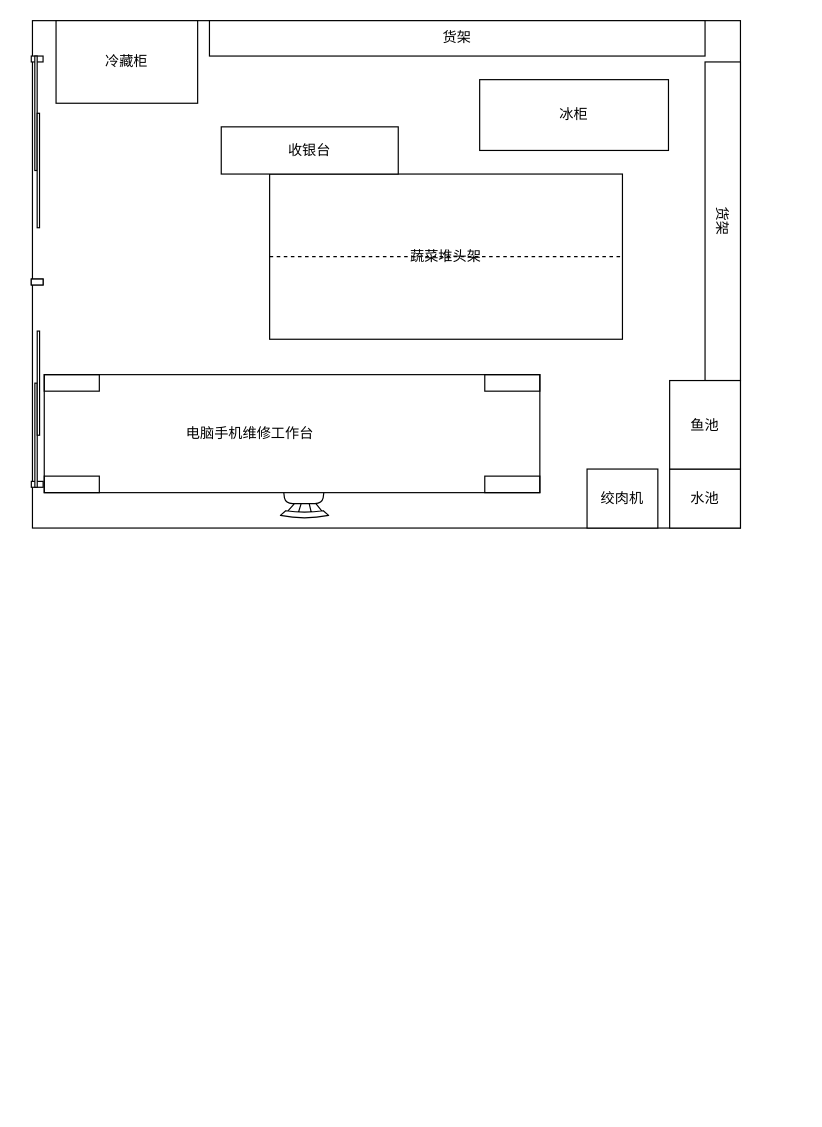
Earlier version of the draw.io diagram 菜圃平面图.drawio (UTOUUCENTER-CD/draw.io). Source tidied: cells renumbered, new cells numbered last; positions are measured from the earlier drawing's top-left corner, leaving out a move shared by most shapes. Both pictures are drawn from the tidied source at 118%, with x=0, y=0 at pixel (-78, 20).
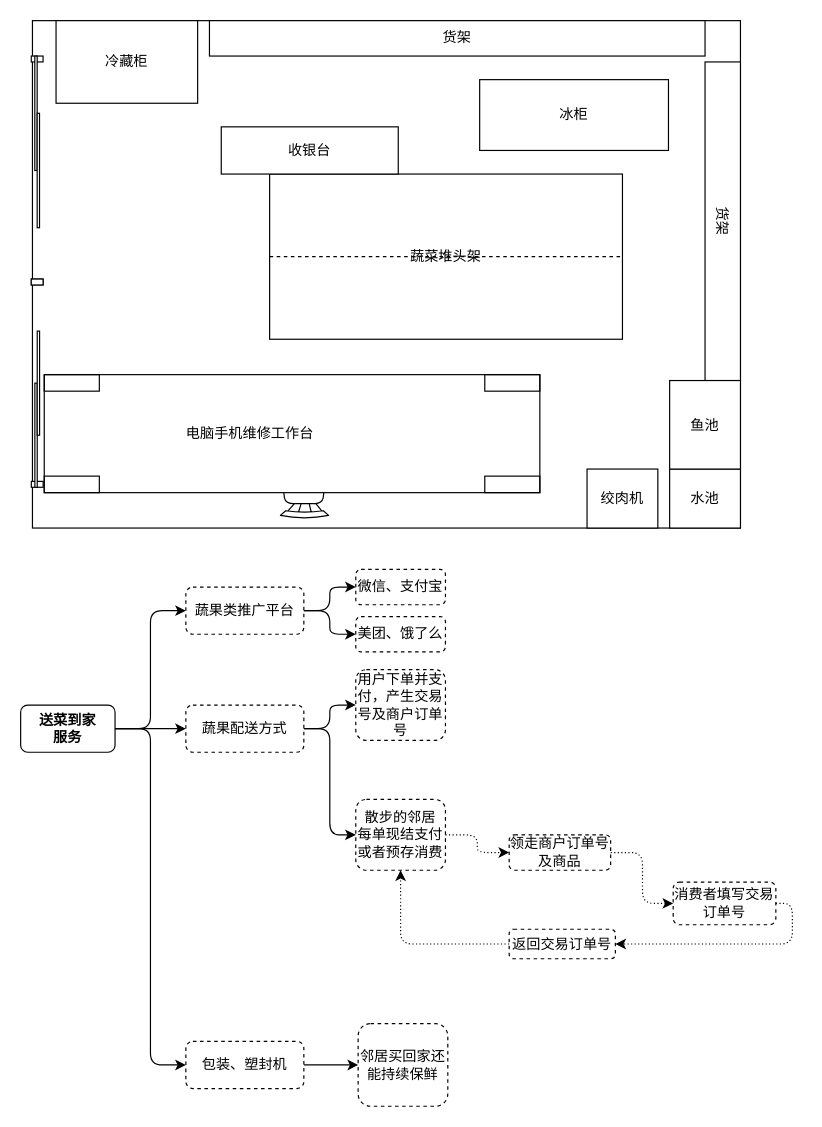
Above is the later version.

Commit message:
Update 菜圃平面图.drawio

Diff of the diagram source:
```diff
@@
+    <mxCell id="19" value="包装、塑封机" style="rounded=1;whiteSpace=wrap;html=1;dashed=1;" parent="1" vertex="1">
+      <mxGeometry x="223" y="865" width="100" height="40" as="geometry" />
+    </mxCell>
+    <mxCell id="20" value="送菜到家&lt;br&gt;服务" style="rounded=1;whiteSpace=wrap;html=1;fontStyle=1;" parent="1" vertex="1">
+      <mxGeometry x="83" y="580" width="80" height="40" as="geometry" />
+    </mxCell>
+    <mxCell id="21" value="蔬果类推广平台" style="rounded=1;whiteSpace=wrap;html=1;dashed=1;" parent="1" vertex="1">
+      <mxGeometry x="223" y="480" width="100" height="40" as="geometry" />
+    </mxCell>
+    <mxCell id="22" value="蔬果配送方式" style="rounded=1;whiteSpace=wrap;html=1;dashed=1;" parent="1" vertex="1">
+      <mxGeometry x="223" y="580" width="100" height="40" as="geometry" />
+    </mxCell>
+    <mxCell id="23" style="edgeStyle=elbowEdgeStyle;elbow=horizontal;endArrow=classic;html=1;exitX=1;exitY=0.5;exitDx=0;exitDy=0;" parent="1" edge="1" source="20" target="21">
+      <mxGeometry relative="1" as="geometry" />
+    </mxCell>
+    <mxCell id="24" style="edgeStyle=elbowEdgeStyle;elbow=horizontal;endArrow=classic;html=1;exitX=1;exitY=0.5;exitDx=0;exitDy=0;entryX=0;entryY=0.5;entryDx=0;entryDy=0;" parent="1" edge="1" source="20" target="19">
+      <mxGeometry relative="1" as="geometry" />
+    </mxCell>
+    <mxCell id="25" style="edgeStyle=elbowEdgeStyle;elbow=horizontal;endArrow=classic;html=1;exitX=1;exitY=0.5;exitDx=0;exitDy=0;entryX=0;entryY=0.5;entryDx=0;entryDy=0;" parent="1" edge="1" source="20" target="22">
+      <mxGeometry relative="1" as="geometry" />
+    </mxCell>
+    <mxCell id="26" value="微信、支付宝" style="rounded=1;whiteSpace=wrap;html=1;dashed=1;" parent="1" vertex="1">
+      <mxGeometry x="367" y="465" width="76" height="30" as="geometry" />
+    </mxCell>
+    <mxCell id="27" value="美团、饿了么" style="rounded=1;whiteSpace=wrap;html=1;dashed=1;" parent="1" vertex="1">
+      <mxGeometry x="367" y="505" width="76" height="30" as="geometry" />
+    </mxCell>
+    <mxCell id="28" value="邻居买回家还能持续保鲜" style="rounded=1;whiteSpace=wrap;html=1;dashed=1;" parent="1" vertex="1">
+      <mxGeometry x="369" y="850" width="76" height="70" as="geometry" />
+    </mxCell>
+    <mxCell id="29" style="edgeStyle=elbowEdgeStyle;elbow=horizontal;endArrow=classic;html=1;exitX=1;exitY=0.5;exitDx=0;exitDy=0;entryX=0;entryY=0.5;entryDx=0;entryDy=0;" parent="1" edge="1" source="21" target="26">
+      <mxGeometry relative="1" as="geometry" />
+    </mxCell>
+    <mxCell id="30" style="edgeStyle=elbowEdgeStyle;elbow=horizontal;endArrow=classic;html=1;exitX=1;exitY=0.5;exitDx=0;exitDy=0;entryX=0;entryY=0.5;entryDx=0;entryDy=0;" parent="1" edge="1" source="21" target="27">
+      <mxGeometry relative="1" as="geometry" />
+    </mxCell>
+    <mxCell id="31" style="edgeStyle=elbowEdgeStyle;elbow=horizontal;endArrow=classic;html=1;exitX=1;exitY=0.5;exitDx=0;exitDy=0;entryX=0;entryY=0.5;entryDx=0;entryDy=0;" parent="1" edge="1" source="19" target="28">
+      <mxGeometry relative="1" as="geometry" />
+    </mxCell>
+    <mxCell id="32" value="领走商户订单号及商品" style="rounded=1;whiteSpace=wrap;html=1;dashed=1;" parent="1" vertex="1">
+      <mxGeometry x="497" y="690" width="86" height="30" as="geometry" />
+    </mxCell>
+    <mxCell id="33" value="返回交易订单号" style="rounded=1;whiteSpace=wrap;html=1;dashed=1;" parent="1" vertex="1">
+      <mxGeometry x="497" y="770" width="90" height="25" as="geometry" />
+    </mxCell>
+    <mxCell id="34" value="消费者填写交易订单号" style="rounded=1;whiteSpace=wrap;html=1;dashed=1;" parent="1" vertex="1">
+      <mxGeometry x="636" y="730" width="87" height="36.2" as="geometry" />
+    </mxCell>
+    <mxCell id="35" value="用户下单并支付，产生交易号及商户订单号" style="rounded=1;whiteSpace=wrap;html=1;dashed=1;" parent="1" vertex="1">
+      <mxGeometry x="367" y="550" width="76" height="60" as="geometry" />
+    </mxCell>
+    <mxCell id="36" style="edgeStyle=elbowEdgeStyle;elbow=horizontal;endArrow=classic;html=1;exitX=1;exitY=0.5;exitDx=0;exitDy=0;entryX=0;entryY=0.5;entryDx=0;entryDy=0;" parent="1" edge="1" source="22" target="35">
+      <mxGeometry relative="1" as="geometry" />
+    </mxCell>
+    <mxCell id="37" value="散步的邻居&lt;br&gt;每单现结支付&lt;br&gt;或者预存消费" style="rounded=1;whiteSpace=wrap;html=1;dashed=1;" parent="1" vertex="1">
+      <mxGeometry x="367" y="660" width="76" height="60" as="geometry" />
+    </mxCell>
+    <mxCell id="38" style="edgeStyle=elbowEdgeStyle;elbow=horizontal;endArrow=classic;html=1;exitX=1;exitY=0.5;exitDx=0;exitDy=0;entryX=0;entryY=0.5;entryDx=0;entryDy=0;dashed=1;dashPattern=1 2;" parent="1" edge="1" source="37" target="32">
+      <mxGeometry relative="1" as="geometry" />
+    </mxCell>
+    <mxCell id="39" style="edgeStyle=elbowEdgeStyle;elbow=horizontal;endArrow=classic;html=1;exitX=1;exitY=0.5;exitDx=0;exitDy=0;entryX=0;entryY=0.5;entryDx=0;entryDy=0;dashed=1;dashPattern=1 2;" parent="1" edge="1" source="32" target="34">
+      <mxGeometry relative="1" as="geometry" />
+    </mxCell>
+    <mxCell id="40" style="edgeStyle=elbowEdgeStyle;elbow=horizontal;endArrow=classic;html=1;exitX=1;exitY=0.5;exitDx=0;exitDy=0;entryX=1;entryY=0.5;entryDx=0;entryDy=0;dashed=1;dashPattern=1 2;" parent="1" edge="1" source="34" target="33">
+      <mxGeometry relative="1" as="geometry">
+        <Array as="points">
+          <mxPoint x="737" y="790" />
+        </Array>
+      </mxGeometry>
+    </mxCell>
+    <mxCell id="41" style="edgeStyle=elbowEdgeStyle;elbow=horizontal;endArrow=classic;html=1;exitX=0;exitY=0.5;exitDx=0;exitDy=0;entryX=0.5;entryY=1;entryDx=0;entryDy=0;dashed=1;dashPattern=1 2;" parent="1" edge="1" source="33" target="37">
+      <mxGeometry relative="1" as="geometry">
+        <Array as="points">
+          <mxPoint x="405" y="793" />
+          <mxPoint x="747" y="800" />
+        </Array>
+      </mxGeometry>
+    </mxCell>
+    <mxCell id="42" style="edgeStyle=elbowEdgeStyle;elbow=horizontal;endArrow=classic;html=1;exitX=1;exitY=0.5;exitDx=0;exitDy=0;entryX=0;entryY=0.5;entryDx=0;entryDy=0;" parent="1" edge="1" source="22" target="37">
+      <mxGeometry relative="1" as="geometry" />
+    </mxCell>
```
